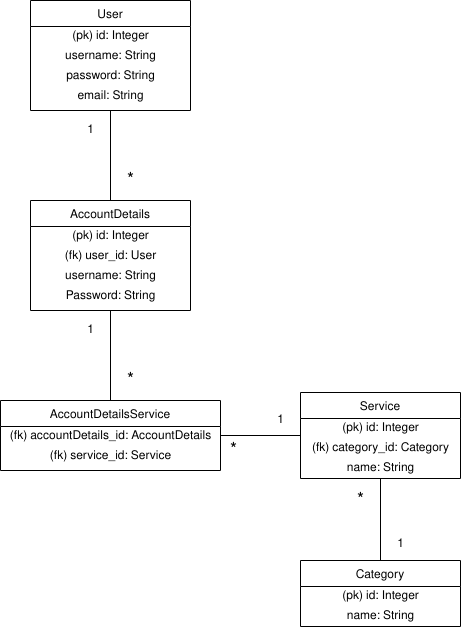
Before: documentation/Tietokantakaavio.png, a diagram exported from draw.io (AtteMa/keychain). Source tidied: cells renumbered, new cells last; positions are measured from the earlier drawing's top-left corner, leaving out a move shared by most shapes. Source of this version:
```xml
<mxGraphModel background="#FFFFFF">
  <root>
    <mxCell id="0" />
    <mxCell id="1" parent="0" />
    <mxCell id="2" value="User" style="swimlane;fontStyle=0;align=center;verticalAlign=top;horizontal=1;startSize=26;rounded=0;shadow=0;strokeWidth=1;" parent="1" vertex="1">
      <mxGeometry x="30" width="160" height="110" as="geometry" />
    </mxCell>
    <mxCell id="3" value="&lt;div&gt;(pk) id: Integer&lt;/div&gt;" style="text;html=1;align=center;verticalAlign=middle;" parent="2" vertex="1">
      <mxGeometry y="26" width="160" height="20" as="geometry" />
    </mxCell>
    <mxCell id="4" value="username: String" style="text;html=1;align=center;verticalAlign=middle;" parent="2" vertex="1">
      <mxGeometry y="46" width="160" height="20" as="geometry" />
    </mxCell>
    <mxCell id="5" value="password: String" style="text;html=1;align=center;verticalAlign=middle;" parent="2" vertex="1">
      <mxGeometry y="66" width="160" height="20" as="geometry" />
    </mxCell>
    <mxCell id="6" value="email: String" style="text;html=1;align=center;verticalAlign=middle;" parent="2" vertex="1">
      <mxGeometry y="86" width="160" height="20" as="geometry" />
    </mxCell>
    <mxCell id="7" value="AccountDetails" style="swimlane;fontStyle=0;align=center;verticalAlign=top;horizontal=1;startSize=26;rounded=0;shadow=0;strokeWidth=1;" parent="1" vertex="1">
      <mxGeometry x="30" y="200" width="160" height="110" as="geometry" />
    </mxCell>
    <mxCell id="8" value="&lt;div&gt;(pk) id: Integer&lt;/div&gt;" style="text;html=1;align=center;verticalAlign=middle;" parent="7" vertex="1">
      <mxGeometry y="26" width="160" height="20" as="geometry" />
    </mxCell>
    <mxCell id="9" value="(fk) user_id: User" style="text;html=1;align=center;verticalAlign=middle;" parent="7" vertex="1">
      <mxGeometry y="46" width="160" height="20" as="geometry" />
    </mxCell>
    <mxCell id="10" value="username: String" style="text;html=1;align=center;verticalAlign=middle;" parent="7" vertex="1">
      <mxGeometry y="66" width="160" height="20" as="geometry" />
    </mxCell>
    <mxCell id="11" value="Password: String" style="text;html=1;align=center;verticalAlign=middle;" parent="7" vertex="1">
      <mxGeometry y="86" width="160" height="20" as="geometry" />
    </mxCell>
    <mxCell id="12" style="endArrow=none;html=1;entryX=0.5;entryY=0;entryDx=0;entryDy=0;exitX=0.5;exitY=1;exitDx=0;exitDy=0;" parent="1" edge="1" source="2" target="7">
      <mxGeometry relative="1" as="geometry" />
    </mxCell>
    <mxCell id="13" value="Service" style="swimlane;fontStyle=0;align=center;verticalAlign=top;horizontal=1;startSize=26;rounded=0;shadow=0;strokeWidth=1;" parent="1" vertex="1">
      <mxGeometry x="300" y="392" width="160" height="86" as="geometry" />
    </mxCell>
    <mxCell id="14" value="&lt;div&gt;(pk) id: Integer&lt;/div&gt;" style="text;html=1;align=center;verticalAlign=middle;" parent="13" vertex="1">
      <mxGeometry y="26" width="160" height="20" as="geometry" />
    </mxCell>
    <mxCell id="15" value="(fk) category_id: Category" style="text;html=1;align=center;verticalAlign=middle;points=[];" parent="13" vertex="1">
      <mxGeometry y="46" width="160" height="20" as="geometry" />
    </mxCell>
    <mxCell id="16" value="name: String" style="text;html=1;align=center;verticalAlign=middle;" parent="13" vertex="1">
      <mxGeometry y="66" width="160" height="20" as="geometry" />
    </mxCell>
    <mxCell id="17" value="Category" style="swimlane;fontStyle=0;align=center;verticalAlign=top;horizontal=1;startSize=26;rounded=0;shadow=0;strokeWidth=1;" parent="1" vertex="1">
      <mxGeometry x="300" y="560" width="160" height="66" as="geometry" />
    </mxCell>
    <mxCell id="18" value="&lt;div&gt;(pk) id: Integer&lt;/div&gt;" style="text;html=1;align=center;verticalAlign=middle;" parent="17" vertex="1">
      <mxGeometry y="26" width="160" height="20" as="geometry" />
    </mxCell>
    <mxCell id="19" value="name: String" style="text;html=1;align=center;verticalAlign=middle;" parent="17" vertex="1">
      <mxGeometry y="46" width="160" height="20" as="geometry" />
    </mxCell>
    <mxCell id="20" value="&lt;font style=&quot;font-size: 18px&quot;&gt;*&lt;/font&gt;" style="text;html=1;align=center;verticalAlign=middle;" parent="1" vertex="1">
      <mxGeometry x="120" y="170" width="20" height="20" as="geometry" />
    </mxCell>
    <mxCell id="21" value="1" style="text;html=1;align=center;verticalAlign=middle;" parent="1" vertex="1">
      <mxGeometry x="80" y="120" width="20" height="20" as="geometry" />
    </mxCell>
    <mxCell id="22" value="AccountDetailsService" style="swimlane;fontStyle=0;align=center;verticalAlign=top;horizontal=1;startSize=26;rounded=0;shadow=0;strokeWidth=1;" parent="1" vertex="1">
      <mxGeometry y="400" width="220" height="70" as="geometry" />
    </mxCell>
    <mxCell id="23" value="(fk) accountDetails_id: AccountDetails" style="text;html=1;align=center;verticalAlign=middle;" parent="22" vertex="1">
      <mxGeometry y="26" width="220" height="20" as="geometry" />
    </mxCell>
    <mxCell id="24" value="(fk) service_id: Service" style="text;html=1;align=center;verticalAlign=middle;" parent="22" vertex="1">
      <mxGeometry y="46" width="220" height="20" as="geometry" />
    </mxCell>
    <mxCell id="25" style="endArrow=none;html=1;entryX=0.5;entryY=1;entryDx=0;entryDy=0;exitX=0.5;exitY=0;exitDx=0;exitDy=0;" parent="1" edge="1" source="22" target="7">
      <mxGeometry relative="1" as="geometry" />
    </mxCell>
    <mxCell id="26" value="&lt;font style=&quot;font-size: 18px&quot;&gt;*&lt;/font&gt;" style="text;html=1;align=center;verticalAlign=middle;" parent="1" vertex="1">
      <mxGeometry x="120" y="370" width="20" height="20" as="geometry" />
    </mxCell>
    <mxCell id="27" value="1" style="text;html=1;align=center;verticalAlign=middle;" parent="1" vertex="1">
      <mxGeometry x="80" y="320" width="20" height="20" as="geometry" />
    </mxCell>
    <mxCell id="28" style="endArrow=none;html=1;entryX=1;entryY=0.5;entryDx=0;entryDy=0;exitX=0;exitY=-0.15;exitDx=0;exitDy=0;exitPerimeter=0;" parent="1" edge="1" source="15" target="22">
      <mxGeometry relative="1" as="geometry" />
    </mxCell>
    <mxCell id="29" value="&lt;font style=&quot;font-size: 18px&quot;&gt;*&lt;/font&gt;" style="text;html=1;align=center;verticalAlign=middle;" parent="1" vertex="1">
      <mxGeometry x="223" y="440" width="20" height="20" as="geometry" />
    </mxCell>
    <mxCell id="30" value="1" style="text;html=1;align=center;verticalAlign=middle;" parent="1" vertex="1">
      <mxGeometry x="270" y="410" width="20" height="20" as="geometry" />
    </mxCell>
    <mxCell id="31" style="endArrow=none;html=1;entryX=0.5;entryY=1;entryDx=0;entryDy=0;exitX=0.5;exitY=0;exitDx=0;exitDy=0;" parent="1" edge="1" source="17" target="13">
      <mxGeometry relative="1" as="geometry" />
    </mxCell>
    <mxCell id="32" value="&lt;font style=&quot;font-size: 18px&quot;&gt;*&lt;/font&gt;" style="text;html=1;align=center;verticalAlign=middle;" parent="1" vertex="1">
      <mxGeometry x="350" y="490" width="20" height="20" as="geometry" />
    </mxCell>
    <mxCell id="33" value="1" style="text;html=1;align=center;verticalAlign=middle;" parent="1" vertex="1">
      <mxGeometry x="390" y="534" width="20" height="20" as="geometry" />
    </mxCell>
  </root>
</mxGraphModel>
```
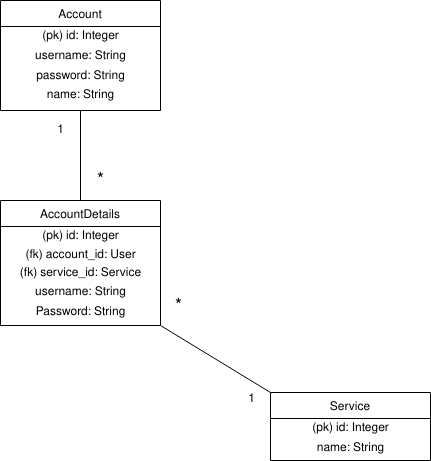
Above is the later version.

Commit message:
fixed service modifying / updated documentation

Diff of the diagram source:
```diff
@@ -2,7 +2,7 @@
   <root>
     <mxCell id="0" />
     <mxCell id="1" parent="0" />
-    <mxCell id="2" value="User" style="swimlane;fontStyle=0;align=center;verticalAlign=top;horizontal=1;startSize=26;rounded=0;shadow=0;strokeWidth=1;" parent="1" vertex="1">
+    <mxCell id="2" value="Account" style="swimlane;fontStyle=0;align=center;verticalAlign=top;horizontal=1;startSize=26;rounded=0;shadow=0;strokeWidth=1;" parent="1" vertex="1">
       <mxGeometry x="30" width="160" height="110" as="geometry" />
     </mxCell>
     <mxCell id="3" value="&lt;div&gt;(pk) id: Integer&lt;/div&gt;" style="text;html=1;align=center;verticalAlign=middle;" parent="2" vertex="1">
@@ -14,89 +14,53 @@
     <mxCell id="5" value="password: String" style="text;html=1;align=center;verticalAlign=middle;" parent="2" vertex="1">
       <mxGeometry y="66" width="160" height="20" as="geometry" />
     </mxCell>
-    <mxCell id="6" value="email: String" style="text;html=1;align=center;verticalAlign=middle;" parent="2" vertex="1">
-      <mxGeometry y="86" width="160" height="20" as="geometry" />
+    <mxCell id="6" value="name: String" style="text;html=1;align=center;verticalAlign=middle;" parent="2" vertex="1">
+      <mxGeometry y="86" width="160" height="18" as="geometry" />
     </mxCell>
     <mxCell id="7" value="AccountDetails" style="swimlane;fontStyle=0;align=center;verticalAlign=top;horizontal=1;startSize=26;rounded=0;shadow=0;strokeWidth=1;" parent="1" vertex="1">
-      <mxGeometry x="30" y="200" width="160" height="110" as="geometry" />
+      <mxGeometry x="30" y="200" width="160" height="125" as="geometry" />
     </mxCell>
     <mxCell id="8" value="&lt;div&gt;(pk) id: Integer&lt;/div&gt;" style="text;html=1;align=center;verticalAlign=middle;" parent="7" vertex="1">
       <mxGeometry y="26" width="160" height="20" as="geometry" />
     </mxCell>
-    <mxCell id="9" value="(fk) user_id: User" style="text;html=1;align=center;verticalAlign=middle;" parent="7" vertex="1">
-      <mxGeometry y="46" width="160" height="20" as="geometry" />
+    <mxCell id="9" value="(fk) account_id: User" style="text;html=1;align=center;verticalAlign=middle;" parent="7" vertex="1">
+      <mxGeometry y="46" width="160" height="18" as="geometry" />
     </mxCell>
+    <mxCell id="24" value="(fk) service_id: Service" style="text;html=1;align=center;verticalAlign=middle;" parent="7" vertex="1">
+      <mxGeometry y="64" width="160" height="18" as="geometry" />
+    </mxCell>
     <mxCell id="10" value="username: String" style="text;html=1;align=center;verticalAlign=middle;" parent="7" vertex="1">
-      <mxGeometry y="66" width="160" height="20" as="geometry" />
+      <mxGeometry y="82" width="160" height="20" as="geometry" />
     </mxCell>
     <mxCell id="11" value="Password: String" style="text;html=1;align=center;verticalAlign=middle;" parent="7" vertex="1">
-      <mxGeometry y="86" width="160" height="20" as="geometry" />
+      <mxGeometry y="102" width="160" height="20" as="geometry" />
     </mxCell>
     <mxCell id="12" style="endArrow=none;html=1;entryX=0.5;entryY=0;entryDx=0;entryDy=0;exitX=0.5;exitY=1;exitDx=0;exitDy=0;" parent="1" edge="1" source="2" target="7">
       <mxGeometry relative="1" as="geometry" />
     </mxCell>
     <mxCell id="13" value="Service" style="swimlane;fontStyle=0;align=center;verticalAlign=top;horizontal=1;startSize=26;rounded=0;shadow=0;strokeWidth=1;" parent="1" vertex="1">
-      <mxGeometry x="300" y="392" width="160" height="86" as="geometry" />
+      <mxGeometry x="300" y="392" width="160" height="68" as="geometry" />
     </mxCell>
     <mxCell id="14" value="&lt;div&gt;(pk) id: Integer&lt;/div&gt;" style="text;html=1;align=center;verticalAlign=middle;" parent="13" vertex="1">
       <mxGeometry y="26" width="160" height="20" as="geometry" />
     </mxCell>
-    <mxCell id="15" value="(fk) category_id: Category" style="text;html=1;align=center;verticalAlign=middle;points=[];" parent="13" vertex="1">
-      <mxGeometry y="46" width="160" height="20" as="geometry" />
-    </mxCell>
     <mxCell id="16" value="name: String" style="text;html=1;align=center;verticalAlign=middle;" parent="13" vertex="1">
-      <mxGeometry y="66" width="160" height="20" as="geometry" />
+      <mxGeometry y="46" width="160" height="20" as="geometry" />
     </mxCell>
-    <mxCell id="17" value="Category" style="swimlane;fontStyle=0;align=center;verticalAlign=top;horizontal=1;startSize=26;rounded=0;shadow=0;strokeWidth=1;" parent="1" vertex="1">
-      <mxGeometry x="300" y="560" width="160" height="66" as="geometry" />
-    </mxCell>
-    <mxCell id="18" value="&lt;div&gt;(pk) id: Integer&lt;/div&gt;" style="text;html=1;align=center;verticalAlign=middle;" parent="17" vertex="1">
-      <mxGeometry y="26" width="160" height="20" as="geometry" />
-    </mxCell>
-    <mxCell id="19" value="name: String" style="text;html=1;align=center;verticalAlign=middle;" parent="17" vertex="1">
-      <mxGeometry y="46" width="160" height="20" as="geometry" />
-    </mxCell>
     <mxCell id="20" value="&lt;font style=&quot;font-size: 18px&quot;&gt;*&lt;/font&gt;" style="text;html=1;align=center;verticalAlign=middle;" parent="1" vertex="1">
       <mxGeometry x="120" y="170" width="20" height="20" as="geometry" />
     </mxCell>
     <mxCell id="21" value="1" style="text;html=1;align=center;verticalAlign=middle;" parent="1" vertex="1">
       <mxGeometry x="80" y="120" width="20" height="20" as="geometry" />
     </mxCell>
-    <mxCell id="22" value="AccountDetailsService" style="swimlane;fontStyle=0;align=center;verticalAlign=top;horizontal=1;startSize=26;rounded=0;shadow=0;strokeWidth=1;" parent="1" vertex="1">
-      <mxGeometry y="400" width="220" height="70" as="geometry" />
-    </mxCell>
-    <mxCell id="23" value="(fk) accountDetails_id: AccountDetails" style="text;html=1;align=center;verticalAlign=middle;" parent="22" vertex="1">
-      <mxGeometry y="26" width="220" height="20" as="geometry" />
-    </mxCell>
-    <mxCell id="24" value="(fk) service_id: Service" style="text;html=1;align=center;verticalAlign=middle;" parent="22" vertex="1">
-      <mxGeometry y="46" width="220" height="20" as="geometry" />
-    </mxCell>
-    <mxCell id="25" style="endArrow=none;html=1;entryX=0.5;entryY=1;entryDx=0;entryDy=0;exitX=0.5;exitY=0;exitDx=0;exitDy=0;" parent="1" edge="1" source="22" target="7">
+    <mxCell id="25" style="endArrow=none;html=1;entryX=1;entryY=1;entryDx=0;entryDy=0;exitX=0;exitY=0;exitDx=0;exitDy=0;" parent="1" edge="1" source="13" target="7">
       <mxGeometry relative="1" as="geometry" />
     </mxCell>
     <mxCell id="26" value="&lt;font style=&quot;font-size: 18px&quot;&gt;*&lt;/font&gt;" style="text;html=1;align=center;verticalAlign=middle;" parent="1" vertex="1">
-      <mxGeometry x="120" y="370" width="20" height="20" as="geometry" />
+      <mxGeometry x="198" y="296" width="20" height="20" as="geometry" />
     </mxCell>
     <mxCell id="27" value="1" style="text;html=1;align=center;verticalAlign=middle;" parent="1" vertex="1">
-      <mxGeometry x="80" y="320" width="20" height="20" as="geometry" />
+      <mxGeometry x="271" y="389" width="20" height="20" as="geometry" />
     </mxCell>
-    <mxCell id="28" style="endArrow=none;html=1;entryX=1;entryY=0.5;entryDx=0;entryDy=0;exitX=0;exitY=-0.15;exitDx=0;exitDy=0;exitPerimeter=0;" parent="1" edge="1" source="15" target="22">
-      <mxGeometry relative="1" as="geometry" />
-    </mxCell>
-    <mxCell id="29" value="&lt;font style=&quot;font-size: 18px&quot;&gt;*&lt;/font&gt;" style="text;html=1;align=center;verticalAlign=middle;" parent="1" vertex="1">
-      <mxGeometry x="223" y="440" width="20" height="20" as="geometry" />
-    </mxCell>
-    <mxCell id="30" value="1" style="text;html=1;align=center;verticalAlign=middle;" parent="1" vertex="1">
-      <mxGeometry x="270" y="410" width="20" height="20" as="geometry" />
-    </mxCell>
-    <mxCell id="31" style="endArrow=none;html=1;entryX=0.5;entryY=1;entryDx=0;entryDy=0;exitX=0.5;exitY=0;exitDx=0;exitDy=0;" parent="1" edge="1" source="17" target="13">
-      <mxGeometry relative="1" as="geometry" />
-    </mxCell>
-    <mxCell id="32" value="&lt;font style=&quot;font-size: 18px&quot;&gt;*&lt;/font&gt;" style="text;html=1;align=center;verticalAlign=middle;" parent="1" vertex="1">
-      <mxGeometry x="350" y="490" width="20" height="20" as="geometry" />
-    </mxCell>
-    <mxCell id="33" value="1" style="text;html=1;align=center;verticalAlign=middle;" parent="1" vertex="1">
-      <mxGeometry x="390" y="534" width="20" height="20" as="geometry" />
-    </mxCell>
   </root>
 </mxGraphModel>
```
